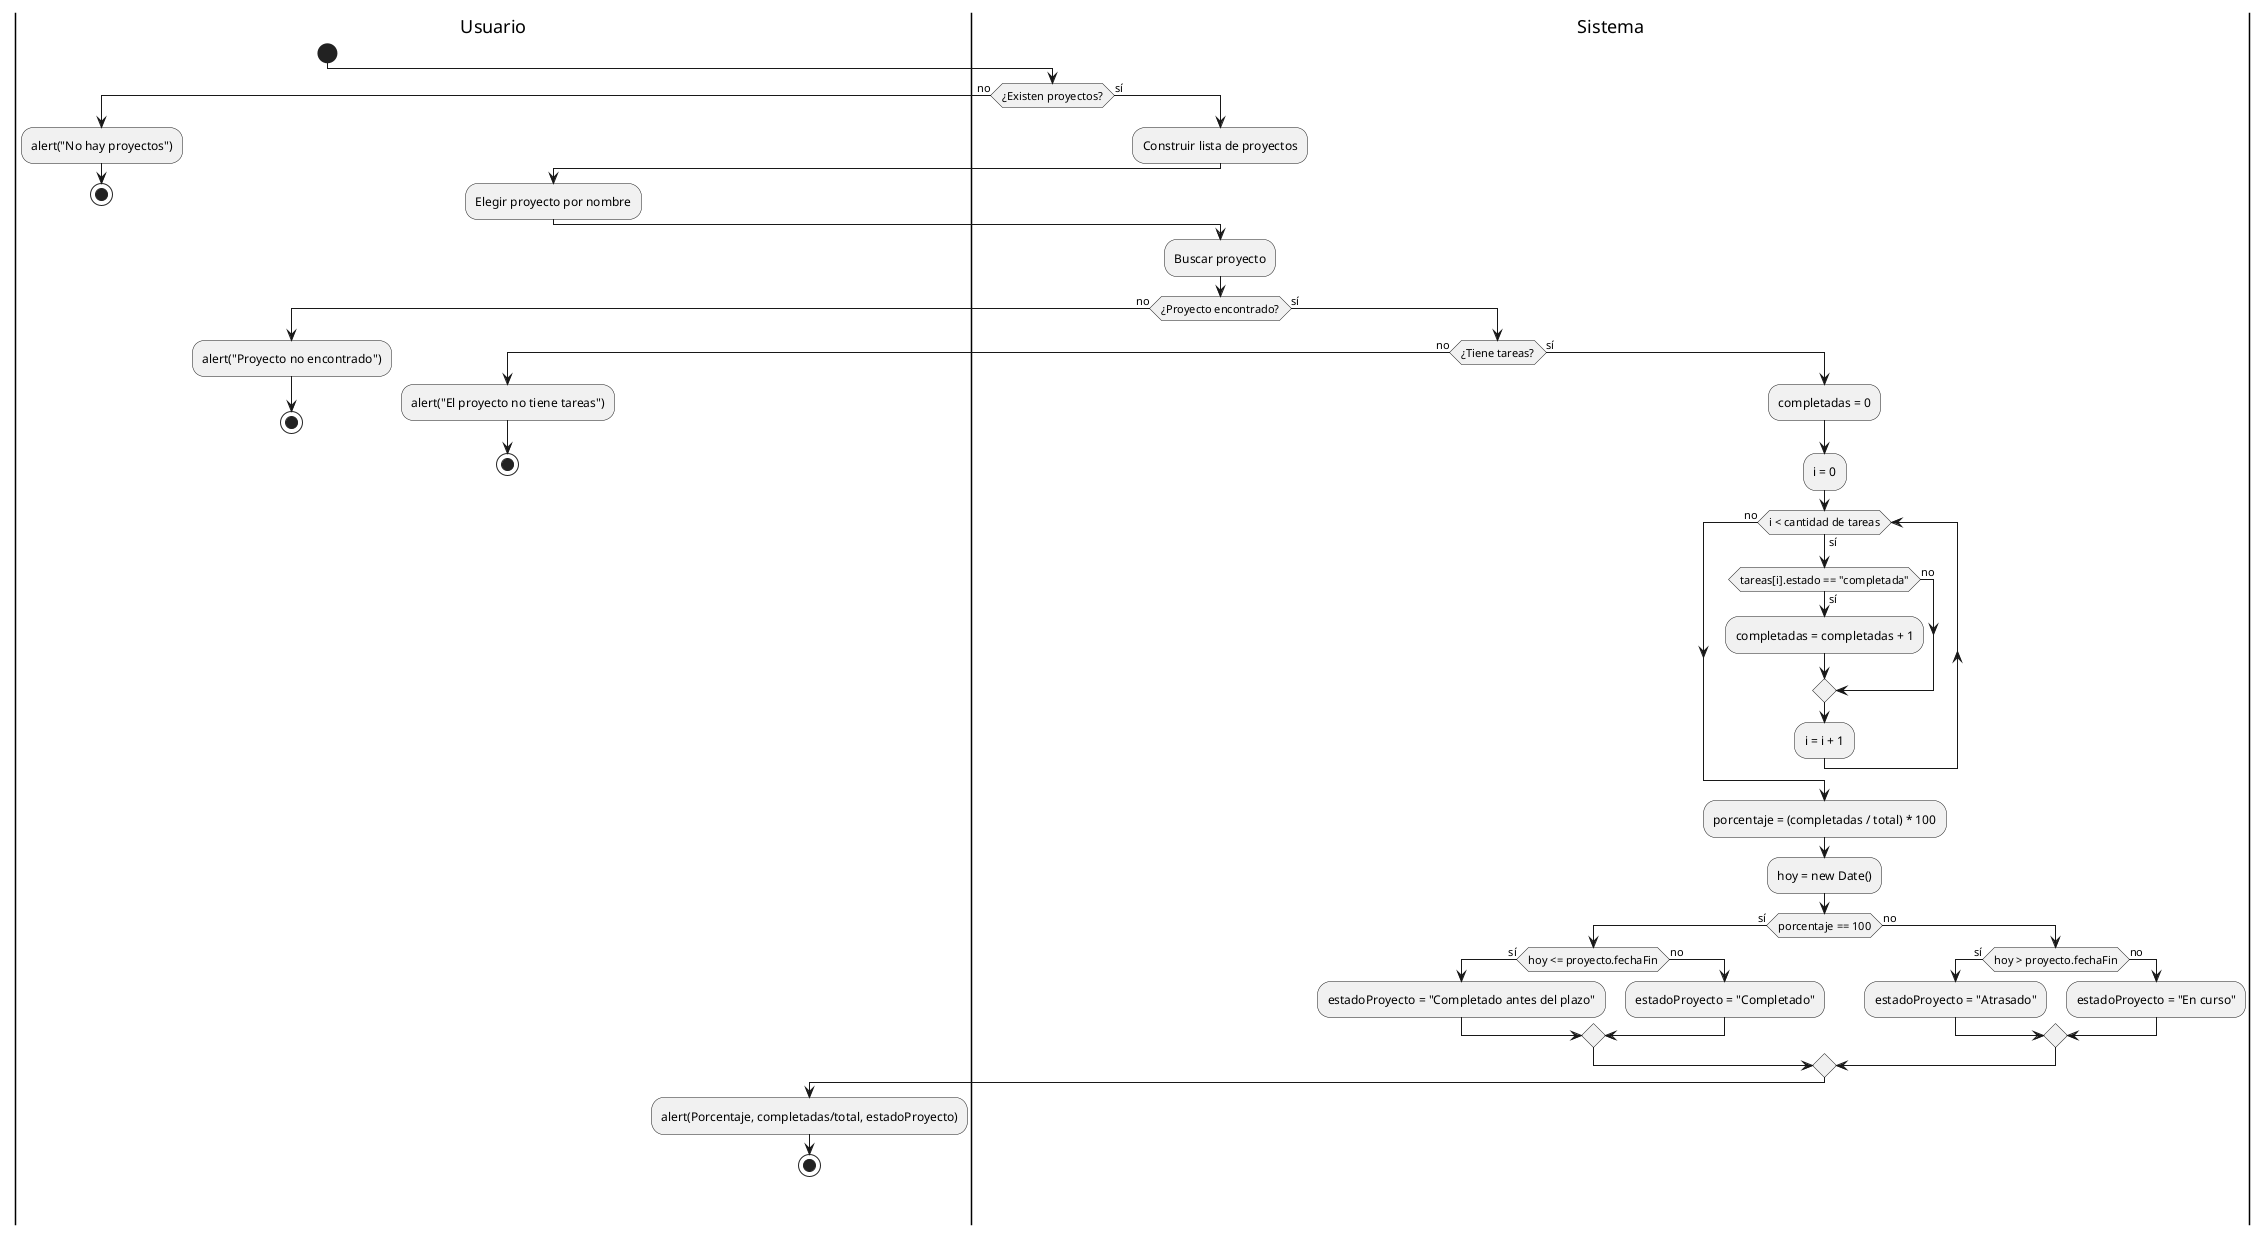
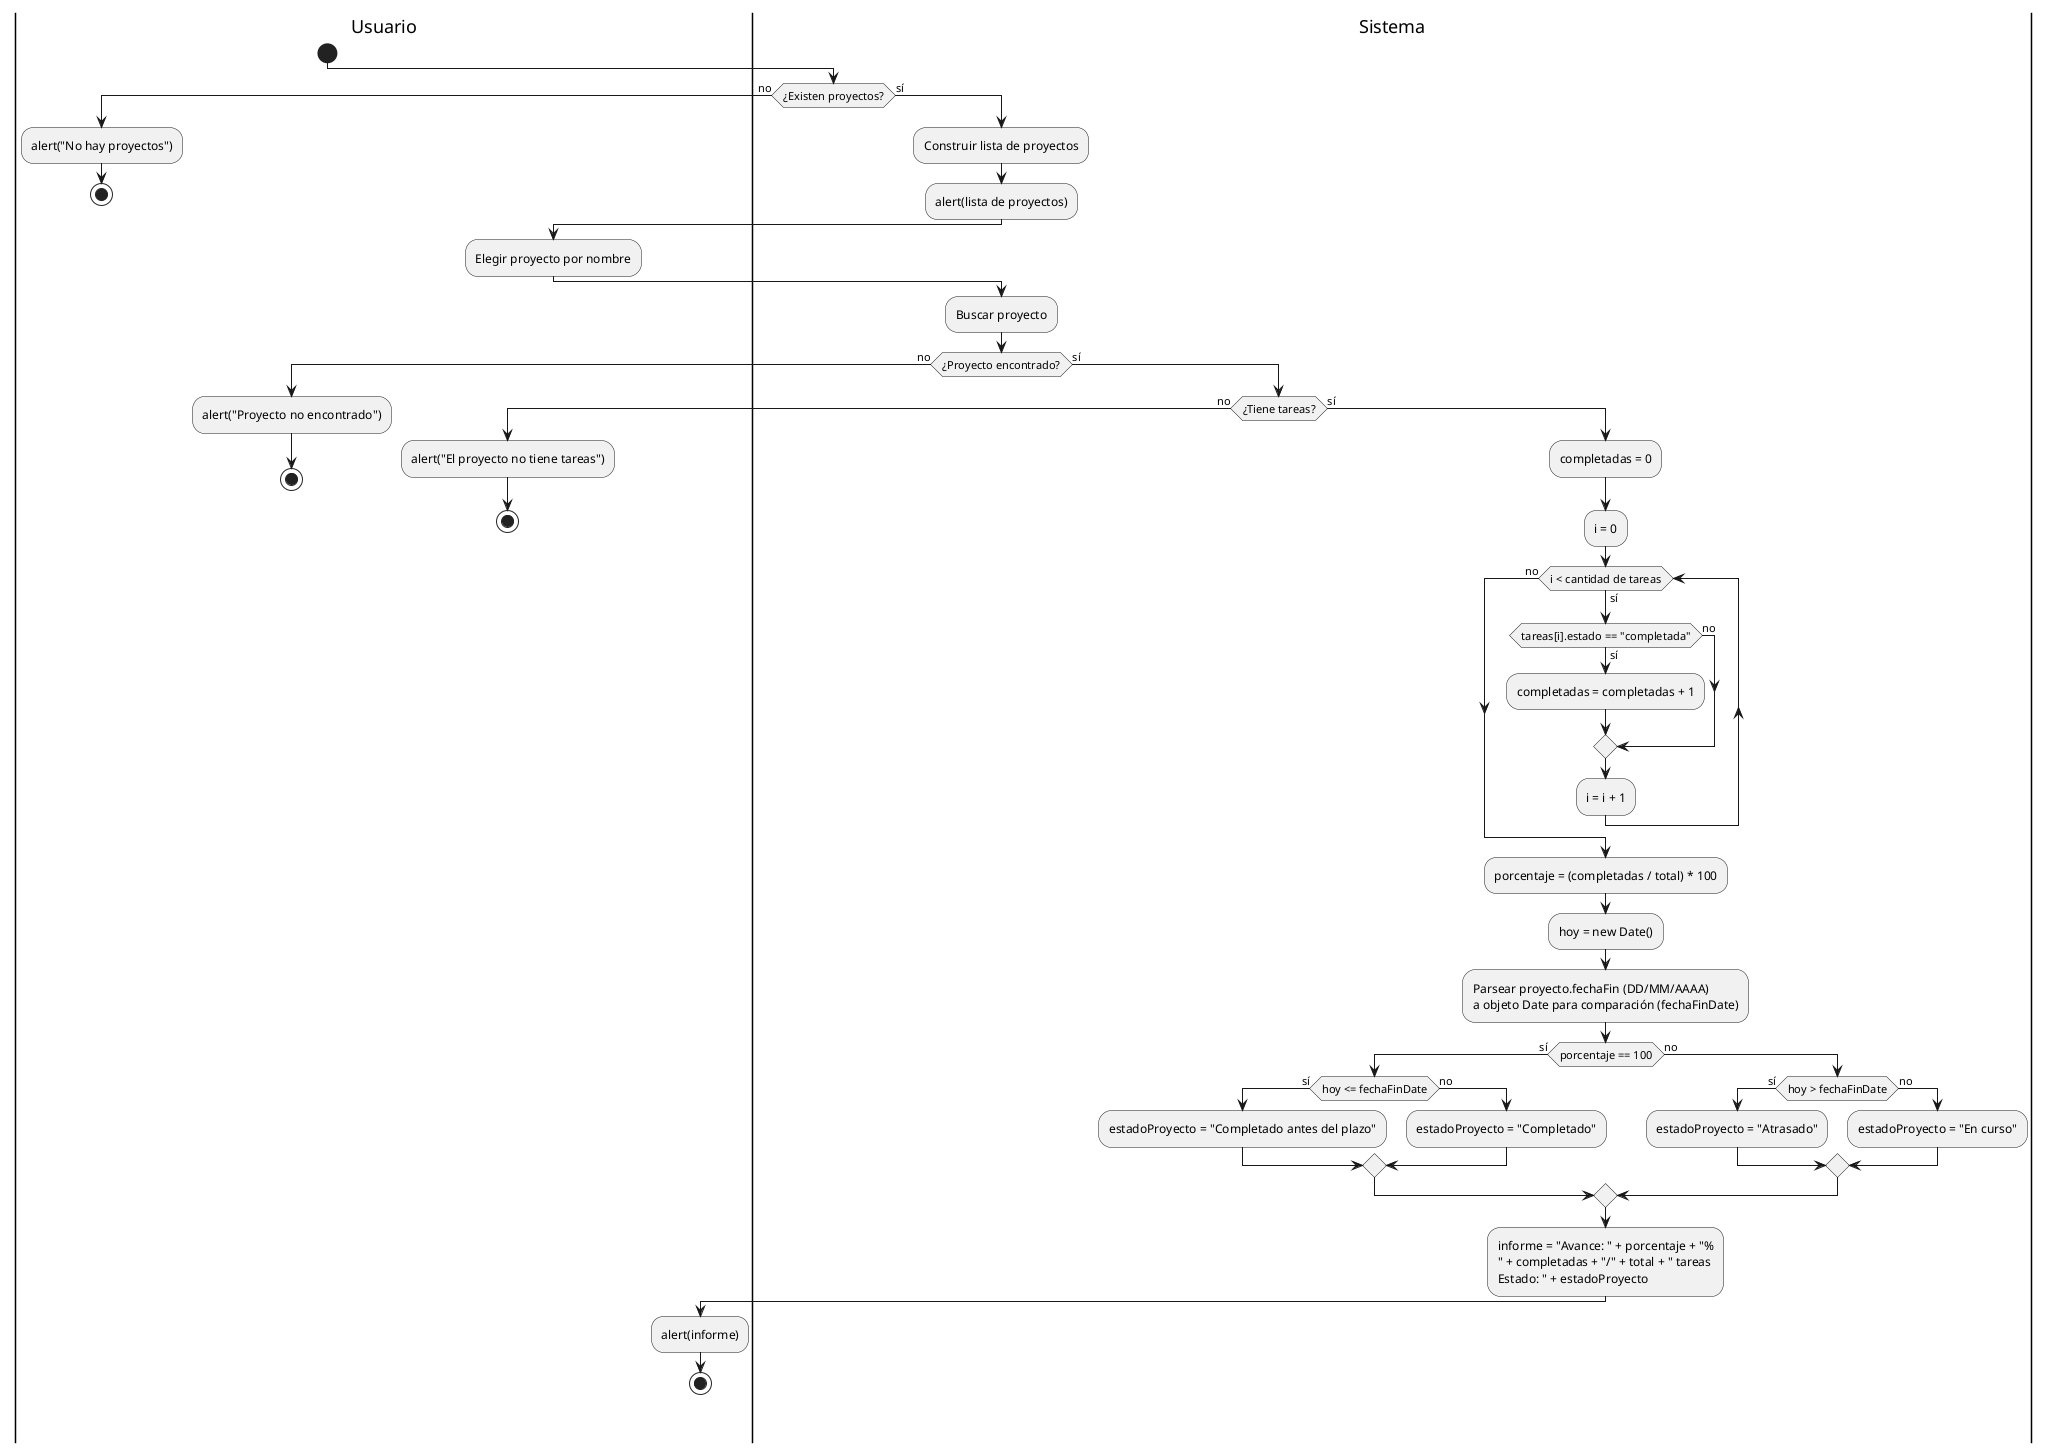
@startuml actividad-flujo-3-calcular-avance
|Usuario|
start
|Sistema|
if (¿Existen proyectos?) then (no)
  |Usuario|
  :alert("No hay proyectos");
  stop
else (sí)
  |Sistema|
  :Construir lista de proyectos;
+   :alert(lista de proyectos);
  |Usuario|
  :Elegir proyecto por nombre;
  |Sistema|
  :Buscar proyecto;
  if (¿Proyecto encontrado?) then (no)
    |Usuario|
    :alert("Proyecto no encontrado");
    stop
  else (sí)
    |Sistema|
    if (¿Tiene tareas?) then (no)
      |Usuario|
      :alert("El proyecto no tiene tareas");
      stop
    else (sí)
      |Sistema|
      :completadas = 0;
      :i = 0;
      while (i < cantidad de tareas) is (sí)
        if (tareas[i].estado == "completada") then (sí)
          :completadas = completadas + 1;
        else (no)
        endif
        :i = i + 1;
      endwhile (no)
      :porcentaje = (completadas / total) * 100;
      :hoy = new Date();
+       :Parsear proyecto.fechaFin (DD/MM/AAAA)\na objeto Date para comparación (fechaFinDate);
      if (porcentaje == 100) then (sí)
-         if (hoy <= proyecto.fechaFin) then (sí)
+         if (hoy <= fechaFinDate) then (sí)
          :estadoProyecto = "Completado antes del plazo";
        else (no)
          :estadoProyecto = "Completado";
        endif
      else (no)
-         if (hoy > proyecto.fechaFin) then (sí)
+         if (hoy > fechaFinDate) then (sí)
          :estadoProyecto = "Atrasado";
        else (no)
          :estadoProyecto = "En curso";
        endif
      endif
+       :informe = "Avance: " + porcentaje + "%\n" + completadas + "/" + total + " tareas\nEstado: " + estadoProyecto;
      |Usuario|
-       :alert(Porcentaje, completadas/total, estadoProyecto);
+       :alert(informe);
      stop
    endif
  endif
endif
@enduml